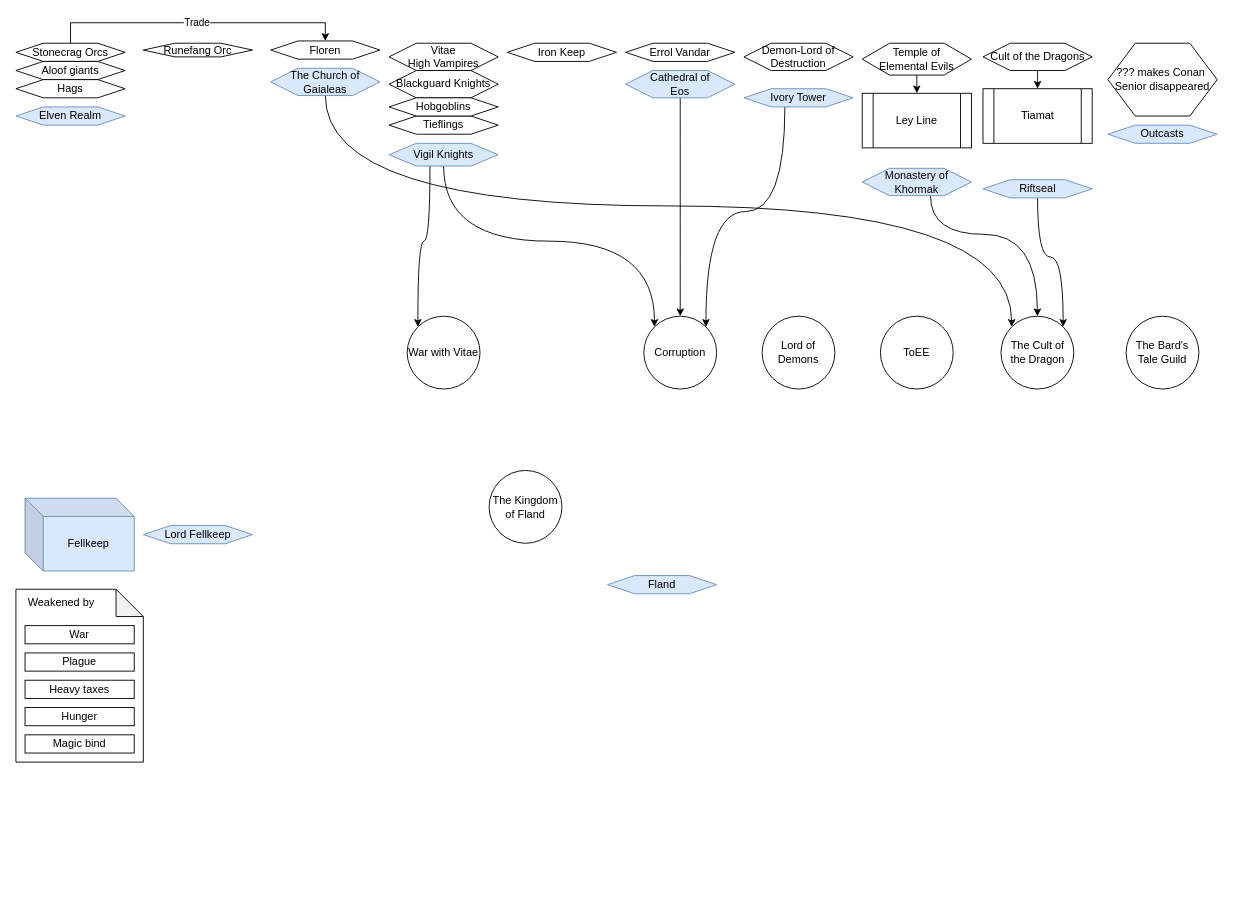
chrisdianru/DND5e keeps this draw.io diagram as page "World" (1 of 5) of Fellkeep.drawio. Above is the earlier version. Source tidied: cells renumbered, new cells numbered last; positions are measured from the earlier drawing's top-left corner, leaving out a move shared by most shapes. Both pictures are drawn from the tidied source at 91%, with x=0, y=0 at pixel (15, 41).
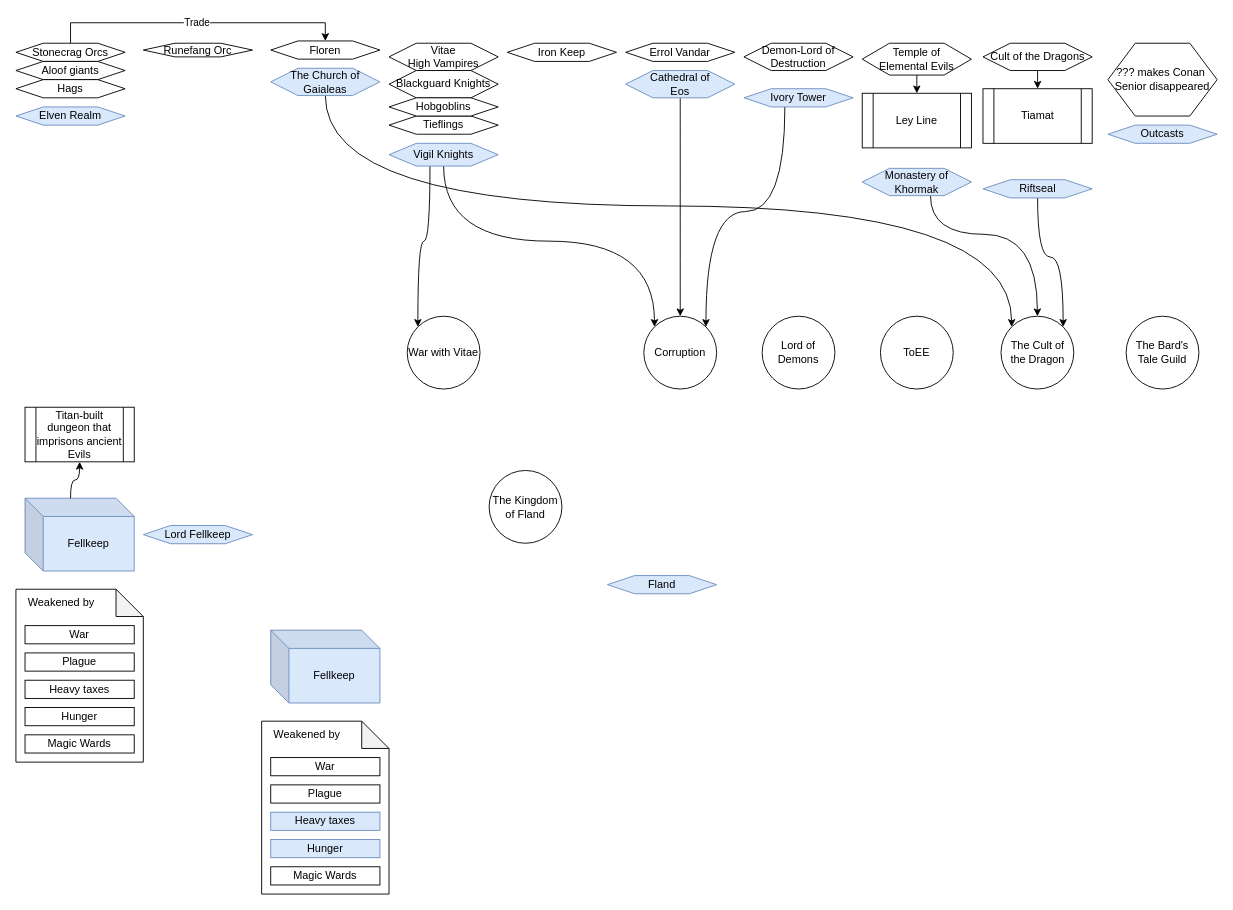
Above is the later version.

Unchanged cells that the change refers to:
```xml
<mxCell id="33" value="Fellkeep" style="shape=cube;whiteSpace=wrap;html=1;boundedLbl=1;backgroundOutline=1;darkOpacity=0.05;darkOpacity2=0.1;fillColor=#dae8fc;strokeColor=#6c8ebf;" parent="32" vertex="1">
  <mxGeometry x="10" width="120" height="80" as="geometry" />
</mxCell>
<mxCell id="34" style="group;" parent="32" vertex="1">
  <mxGeometry y="100" width="140" height="190" as="geometry" />
</mxCell>
```

Diff of the diagram source:
```diff
@@
-    <mxCell id="40" value="Magic bind&lt;br&gt;" style="rounded=0;whiteSpace=wrap;html=1;" parent="34" vertex="1">
+    <mxCell id="40" value="Magic Wards" style="rounded=0;whiteSpace=wrap;html=1;" parent="34" vertex="1">
       <mxGeometry x="10" y="160" width="120" height="20" as="geometry" />
     </mxCell>
@@
+    <mxCell id="63" value="Titan-built dungeon that imprisons ancient Evils" style="shape=process;whiteSpace=wrap;html=1;backgroundOutline=1;" parent="1" vertex="1">
+      <mxGeometry x="10" y="402" width="120" height="60" as="geometry" />
+    </mxCell>
+    <mxCell id="64" style="edgeStyle=orthogonalEdgeStyle;curved=1;rounded=0;jettySize=auto;html=1;exitX=0;exitY=0;exitDx=50;exitDy=0;exitPerimeter=0;entryX=0.5;entryY=1;entryDx=0;entryDy=0;startArrow=none;startFill=0;endArrow=classic;endFill=1;" parent="1" edge="1" source="33" target="63">
+      <mxGeometry relative="1" as="geometry" />
+    </mxCell>
+    <mxCell id="65" style="group;" parent="1" vertex="1">
+      <mxGeometry x="270" y="647" width="140" height="290" as="geometry" />
+    </mxCell>
+    <mxCell id="66" value="Fellkeep" style="shape=cube;whiteSpace=wrap;html=1;boundedLbl=1;backgroundOutline=1;darkOpacity=0.05;darkOpacity2=0.1;fillColor=#dae8fc;strokeColor=#6c8ebf;" parent="65" vertex="1">
+      <mxGeometry x="10" width="120" height="80" as="geometry" />
+    </mxCell>
+    <mxCell id="67" style="group;" parent="65" vertex="1">
+      <mxGeometry y="100" width="140" height="190" as="geometry" />
+    </mxCell>
+    <mxCell id="68" style="shape=note;whiteSpace=wrap;html=1;backgroundOutline=1;darkOpacity=0.05;" parent="67" vertex="1">
+      <mxGeometry width="140" height="190" as="geometry" />
+    </mxCell>
+    <mxCell id="69" value="War" style="rounded=0;whiteSpace=wrap;html=1;" parent="67" vertex="1">
+      <mxGeometry x="10" y="40" width="120" height="20" as="geometry" />
+    </mxCell>
+    <mxCell id="70" value="Plague" style="rounded=0;whiteSpace=wrap;html=1;" parent="67" vertex="1">
+      <mxGeometry x="10" y="70" width="120" height="20" as="geometry" />
+    </mxCell>
+    <mxCell id="71" value="Heavy taxes" style="rounded=0;whiteSpace=wrap;html=1;fillColor=#dae8fc;strokeColor=#6c8ebf;" parent="67" vertex="1">
+      <mxGeometry x="10" y="100" width="120" height="20" as="geometry" />
+    </mxCell>
+    <mxCell id="72" value="Hunger" style="rounded=0;whiteSpace=wrap;html=1;fillColor=#dae8fc;strokeColor=#6c8ebf;" parent="67" vertex="1">
+      <mxGeometry x="10" y="130" width="120" height="20" as="geometry" />
+    </mxCell>
+    <mxCell id="73" value="Magic Wards" style="rounded=0;whiteSpace=wrap;html=1;" parent="67" vertex="1">
+      <mxGeometry x="10" y="160" width="120" height="20" as="geometry" />
+    </mxCell>
+    <mxCell id="74" value="Weakened by" style="text;html=1;strokeColor=none;fillColor=none;align=center;verticalAlign=middle;whiteSpace=wrap;rounded=0;" parent="67" vertex="1">
+      <mxGeometry x="10" y="5" width="80" height="20" as="geometry" />
+    </mxCell>
```
